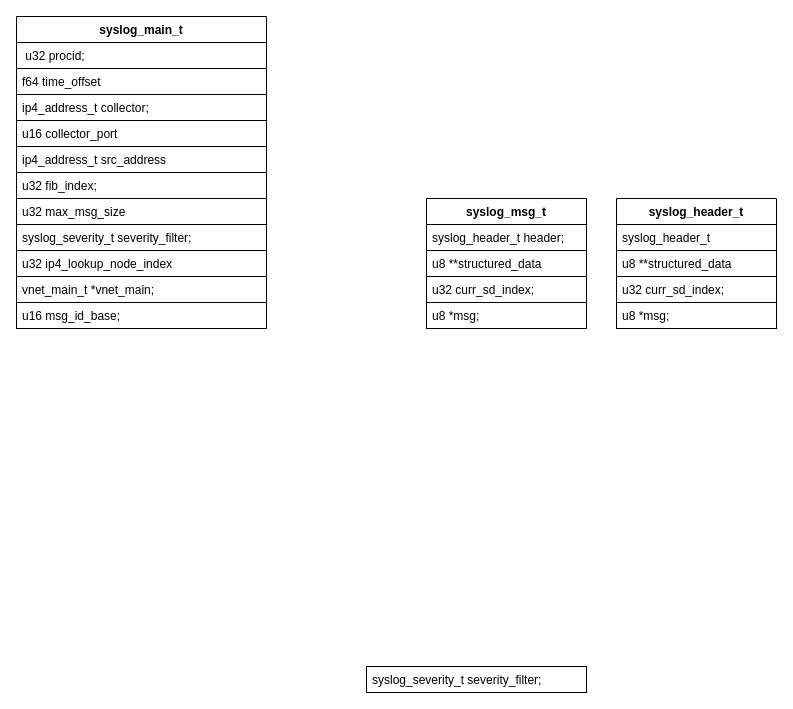
Above: new_map/syslog.drawio in jin13417/dpdk-vpp-learning (draw.io), before the change. Source tidied: cells renumbered, new cells numbered last; positions are measured from the earlier drawing's top-left corner, leaving out a move shared by most shapes. Both pictures are drawn from the tidied source at 100%, with x=0, y=0 at pixel (16, 16).
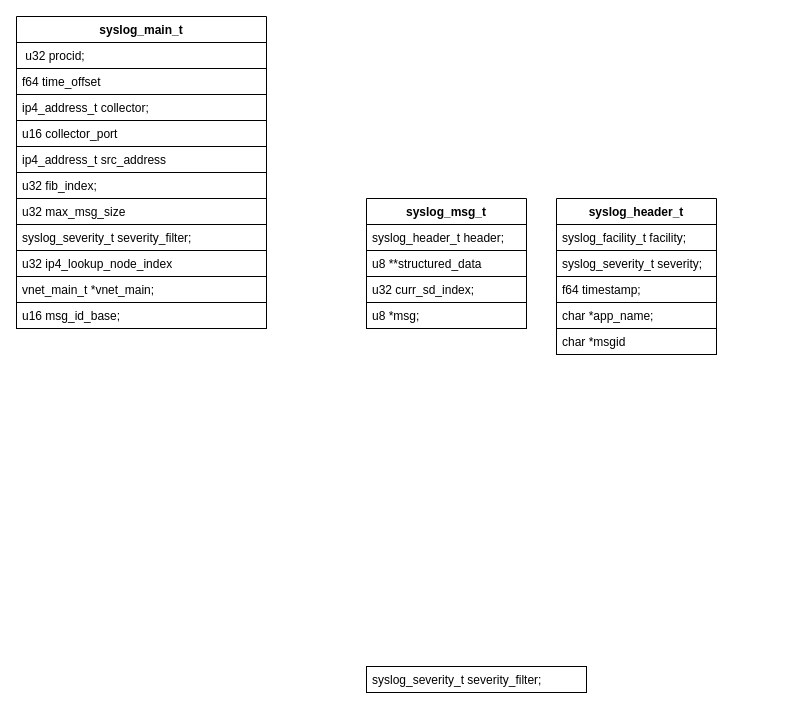
The same diagram, later.

Change to the diagram source:
```diff
@@
     <mxCell id="15" value="syslog_msg_t" style="swimlane;fontStyle=1;align=center;verticalAlign=top;horizontal=1;startSize=26;strokeColor=default;" parent="1" vertex="1">
-      <mxGeometry x="410" y="182" width="160" height="130" as="geometry" />
+      <mxGeometry x="350" y="182" width="160" height="130" as="geometry" />
     </mxCell>
@@
     <mxCell id="20" value="syslog_header_t" style="swimlane;fontStyle=1;align=center;verticalAlign=top;horizontal=1;startSize=26;strokeColor=default;" parent="1" vertex="1">
-      <mxGeometry x="600" y="182" width="160" height="130" as="geometry" />
+      <mxGeometry x="540" y="182" width="160" height="156" as="geometry" />
     </mxCell>
-    <mxCell id="21" value="syslog_header_t" style="text;strokeColor=default;fillColor=none;align=left;verticalAlign=top;spacingLeft=4;spacingRight=4;overflow=hidden;" parent="20" vertex="1">
+    <mxCell id="21" value="syslog_facility_t facility;" style="text;strokeColor=default;fillColor=none;align=left;verticalAlign=top;spacingLeft=4;spacingRight=4;overflow=hidden;" parent="20" vertex="1">
       <mxGeometry y="26" width="160" height="26" as="geometry" />
     </mxCell>
-    <mxCell id="22" value="u8 **structured_data" style="text;strokeColor=default;fillColor=none;align=left;verticalAlign=top;spacingLeft=4;spacingRight=4;overflow=hidden;" parent="20" vertex="1">
+    <mxCell id="22" value="syslog_severity_t severity;" style="text;strokeColor=default;fillColor=none;align=left;verticalAlign=top;spacingLeft=4;spacingRight=4;overflow=hidden;" parent="20" vertex="1">
       <mxGeometry y="52" width="160" height="26" as="geometry" />
     </mxCell>
-    <mxCell id="23" value="u32 curr_sd_index;" style="text;strokeColor=default;fillColor=none;align=left;verticalAlign=top;spacingLeft=4;spacingRight=4;overflow=hidden;" parent="20" vertex="1">
+    <mxCell id="23" value="f64 timestamp;" style="text;strokeColor=default;fillColor=none;align=left;verticalAlign=top;spacingLeft=4;spacingRight=4;overflow=hidden;" parent="20" vertex="1">
       <mxGeometry y="78" width="160" height="26" as="geometry" />
     </mxCell>
-    <mxCell id="24" value="u8 *msg;" style="text;strokeColor=default;fillColor=none;align=left;verticalAlign=top;spacingLeft=4;spacingRight=4;overflow=hidden;" parent="20" vertex="1">
+    <mxCell id="24" value="char *app_name;" style="text;strokeColor=default;fillColor=none;align=left;verticalAlign=top;spacingLeft=4;spacingRight=4;overflow=hidden;" parent="20" vertex="1">
       <mxGeometry y="104" width="160" height="26" as="geometry" />
     </mxCell>
+    <mxCell id="25" value="char *msgid" style="text;strokeColor=default;fillColor=none;align=left;verticalAlign=top;spacingLeft=4;spacingRight=4;overflow=hidden;" parent="20" vertex="1">
+      <mxGeometry y="130" width="160" height="26" as="geometry" />
+    </mxCell>
```
